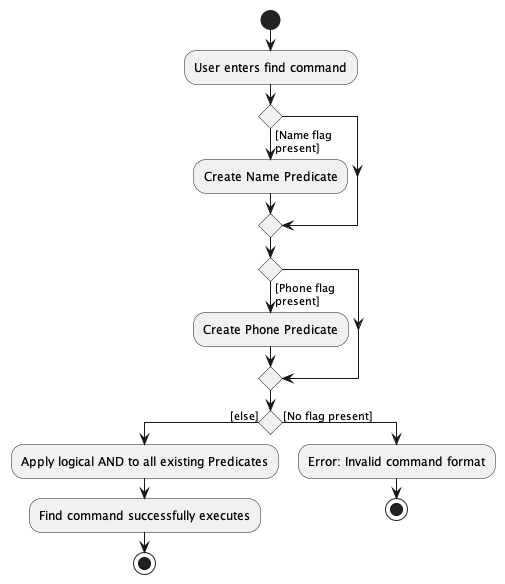
Before: docs/images/FindCommandActivityDiagram.png, a diagram exported from PlantUML (nus-cs2103-AY2223S2/tp).
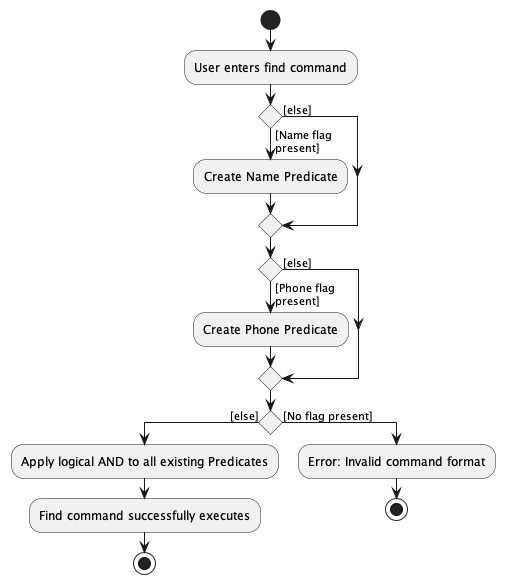
The same file after the commit.

Commit message:
Update activity and class diagrams

What changed in the source:
```diff
@@ -5,10 +5,12 @@
 if () then ([Name flag
 present])
     :Create Name Predicate;
+else([else])
 endif
 if () then ([Phone flag
 present])
     :Create Phone Predicate;
+else([else])
 endif
 
 if () then ([else])
```
